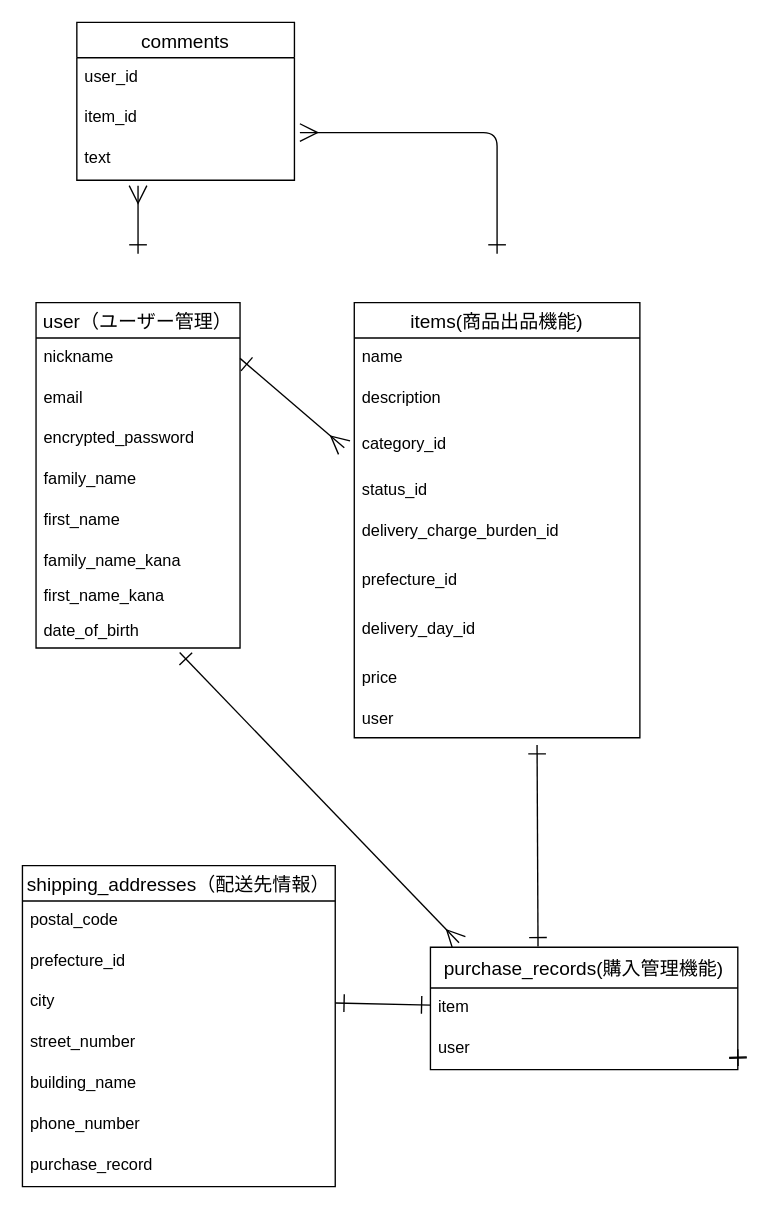
Above: datebase.dio in miho0434/furima-38262 (draw.io), before the change. Source tidied: cells renumbered, new cells numbered last; positions are measured from the earlier drawing's top-left corner, leaving out a move shared by most shapes. Both pictures are drawn from the tidied source at 136%, with x=0, y=0 at pixel (22, 22).
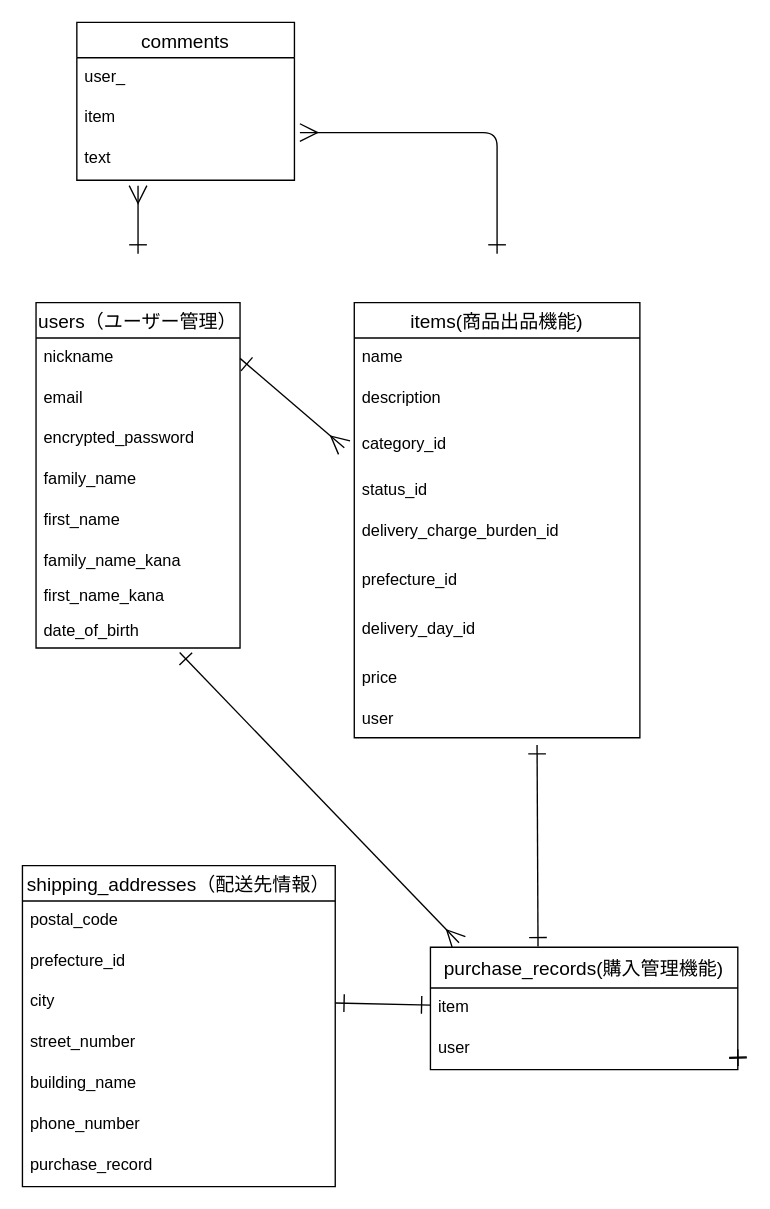
The same page after the edit.

Commit message:
DB設計・修正６

Unchanged cells that the change refers to:
```xml
<mxCell id="30" value="comments" style="swimlane;fontStyle=0;horizontal=1;startSize=26;align=center;fontSize=14;" parent="1" vertex="1">
  <mxGeometry x="40" width="160" height="116" as="geometry" />
</mxCell>
```

What changed in the source:
```diff
@@
-    <mxCell id="5" value="user（ユーザー管理）" style="swimlane;fontStyle=0;horizontal=1;startSize=26;align=center;fontSize=14;" parent="1" vertex="1">
+    <mxCell id="5" value="users（ユーザー管理）" style="swimlane;fontStyle=0;horizontal=1;startSize=26;align=center;fontSize=14;" parent="1" vertex="1">
       <mxGeometry x="10" y="206" width="150" height="254" as="geometry" />
     </mxCell>
@@
-    <mxCell id="31" value="user_id&#10;" style="text;strokeColor=none;fillColor=none;spacingLeft=4;spacingRight=4;overflow=hidden;fontSize=12;" parent="30" vertex="1">
+    <mxCell id="31" value="user_" style="text;strokeColor=none;fillColor=none;spacingLeft=4;spacingRight=4;overflow=hidden;fontSize=12;" parent="30" vertex="1">
       <mxGeometry y="26" width="160" height="30" as="geometry" />
     </mxCell>
-    <mxCell id="32" value="item_id" style="text;strokeColor=none;fillColor=none;spacingLeft=4;spacingRight=4;overflow=hidden;points=[[0,0.5],[1,0.5]];portConstraint=eastwest;fontSize=12;" parent="30" vertex="1">
+    <mxCell id="32" value="item" style="text;strokeColor=none;fillColor=none;spacingLeft=4;spacingRight=4;overflow=hidden;points=[[0,0.5],[1,0.5]];portConstraint=eastwest;fontSize=12;" parent="30" vertex="1">
       <mxGeometry y="56" width="160" height="30" as="geometry" />
     </mxCell>
```
